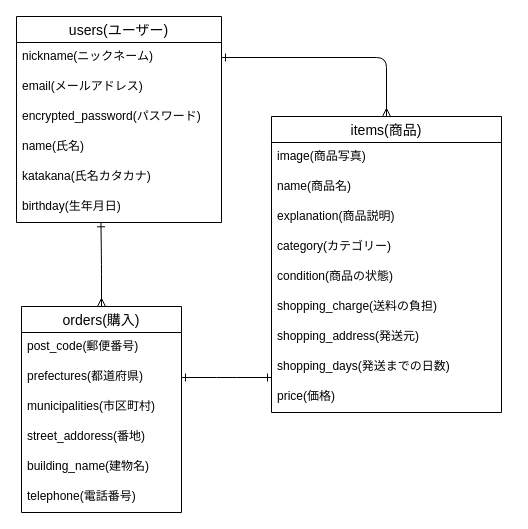
This is furima.dio from Tomo-pc/furima-39942, a draw.io file, before an edit. Source tidied: cells renumbered, new cells numbered last; positions are measured from the earlier drawing's top-left corner, leaving out a move shared by most shapes. Both pictures are drawn from the tidied source at 100%, with x=0, y=0 at pixel (16, 16).
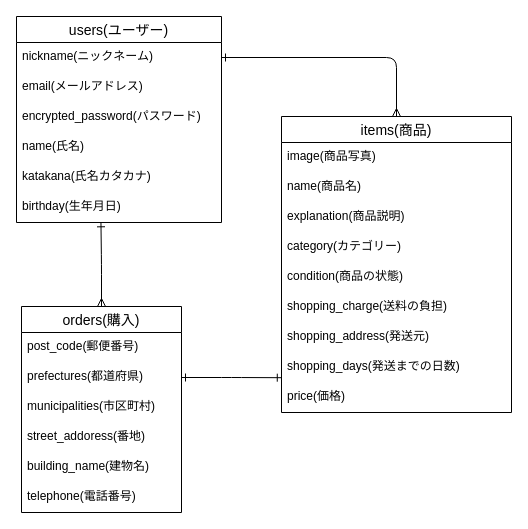
After the change.

Commit message (it also covers changes not shown here):
ER図とREADMEの修正

Unchanged cells that the change refers to:
```xml
<mxCell id="17" value="shopping_days(発送までの日数)" style="text;strokeColor=none;fillColor=none;spacingLeft=4;spacingRight=4;overflow=hidden;points=[[0,0.5],[1,0.5]];portConstraint=eastwest;fontSize=12;strokeWidth=1;" parent="9" vertex="1">
  <mxGeometry y="236" width="230" height="30" as="geometry" />
</mxCell>
<mxCell id="22" value="prefectures(都道府県)" style="text;strokeColor=none;fillColor=none;spacingLeft=4;spacingRight=4;overflow=hidden;points=[[0,0.5],[1,0.5]];portConstraint=eastwest;fontSize=12;strokeWidth=1;" parent="20" vertex="1">
  <mxGeometry y="56" width="160" height="30" as="geometry" />
</mxCell>
```

Change to the diagram source:
```diff
@@
     <mxCell id="9" value="items(商品)" style="swimlane;fontStyle=0;horizontal=1;startSize=26;align=center;fontSize=14;strokeWidth=1;fillColor=none;" parent="1" vertex="1">
-      <mxGeometry x="255" y="100" width="230" height="296" as="geometry" />
+      <mxGeometry x="265" y="100" width="230" height="296" as="geometry" />
     </mxCell>
@@
-    <mxCell id="28" style="edgeStyle=orthogonalEdgeStyle;html=1;startArrow=ERone;startFill=0;endArrow=ERone;endFill=0;exitX=1;exitY=0.5;exitDx=0;exitDy=0;" parent="1" edge="1" source="22">
-      <mxGeometry relative="1" as="geometry">
-        <mxPoint x="255" y="361" as="targetPoint" />
-      </mxGeometry>
+    <mxCell id="28" style="edgeStyle=orthogonalEdgeStyle;html=1;startArrow=ERone;startFill=0;endArrow=ERone;endFill=0;exitX=1;exitY=0.5;exitDx=0;exitDy=0;entryX=-0.001;entryY=0.84;entryDx=0;entryDy=0;entryPerimeter=0;" parent="1" edge="1" source="22" target="17">
+      <mxGeometry relative="1" as="geometry" />
     </mxCell>
```
